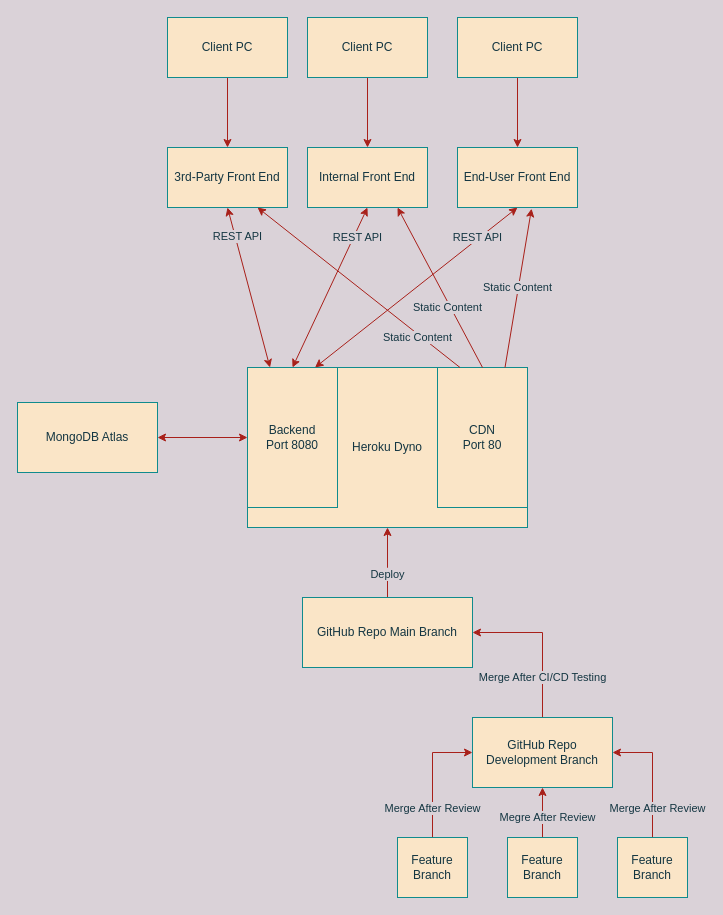
The draw.io diagram PlanningPhase/Network_Diagram.drawio in Awrmani/AutoQuotes, before the edit. Source tidied: cells renumbered, new cells numbered last; positions are measured from the earlier drawing's top-left corner, leaving out a move shared by most shapes. Both pictures are drawn from the tidied source at 100%, with x=0, y=0 at pixel (17, 17).
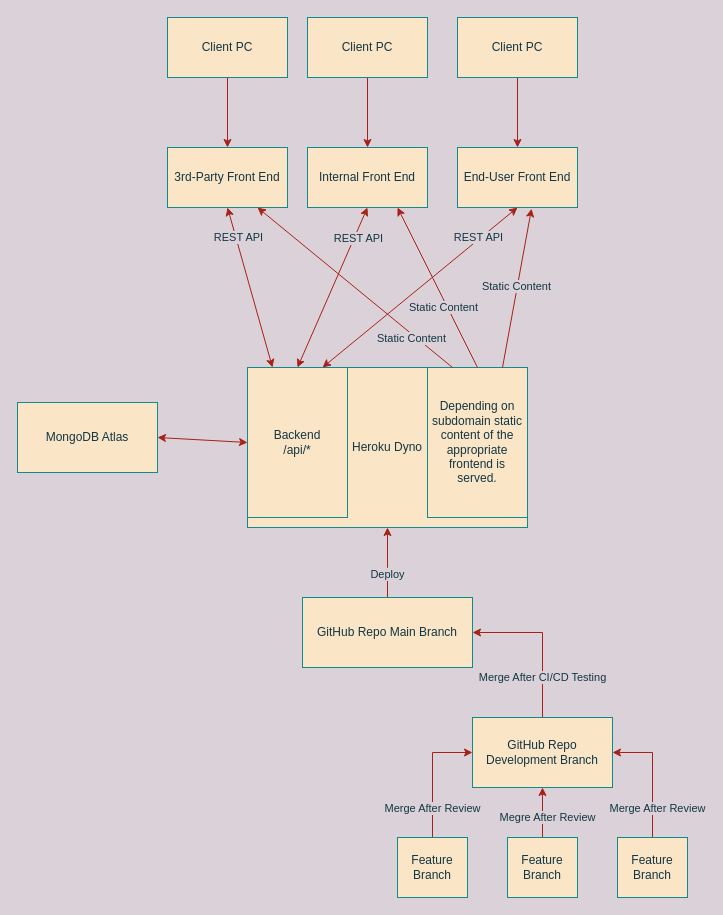
The same page after the edit.

What changed in the source:
```diff
@@
-    <mxCell id="6" value="CDN&lt;br&gt;Port 80" style="rounded=0;whiteSpace=wrap;html=1;fillColor=#FAE5C7;strokeColor=#0F8B8D;fontColor=#143642;" parent="1" vertex="1">
-      <mxGeometry x="420" y="350" width="90" height="140" as="geometry" />
+    <mxCell id="6" value="Depending on subdomain static content of the appropriate frontend is served." style="rounded=0;whiteSpace=wrap;html=1;fillColor=#FAE5C7;strokeColor=#0F8B8D;fontColor=#143642;" parent="1" vertex="1">
+      <mxGeometry x="410" y="350" width="100" height="150" as="geometry" />
     </mxCell>
-    <mxCell id="7" value="Backend&lt;br&gt;Port 8080" style="rounded=0;whiteSpace=wrap;html=1;fillColor=#FAE5C7;strokeColor=#0F8B8D;fontColor=#143642;" parent="1" vertex="1">
-      <mxGeometry x="230" y="350" width="90" height="140" as="geometry" />
+    <mxCell id="7" value="Backend&lt;br&gt;/api/*" style="rounded=0;whiteSpace=wrap;html=1;fillColor=#FAE5C7;strokeColor=#0F8B8D;fontColor=#143642;" parent="1" vertex="1">
+      <mxGeometry x="230" y="350" width="100" height="150" as="geometry" />
     </mxCell>
```
